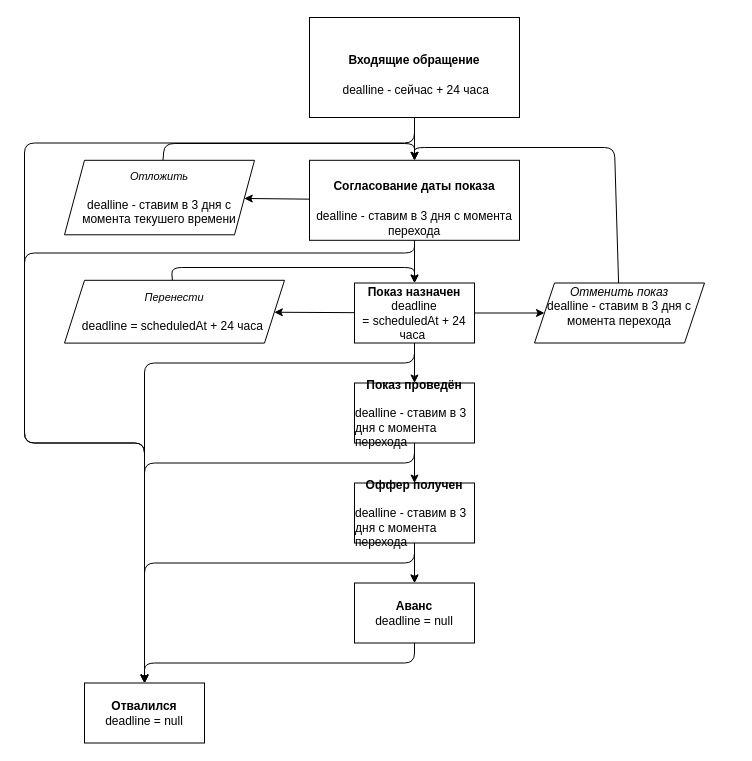
Before: buyers/Untitled Diagram.drawio in Legion112/homeapp-clients-diagrams, a draw.io diagram. Source tidied: cells renumbered, new cells numbered last; positions are measured from the earlier drawing's top-left corner, leaving out a move shared by most shapes. Both pictures are drawn from the tidied source at 100%, with x=0, y=0 at pixel (24, 17).
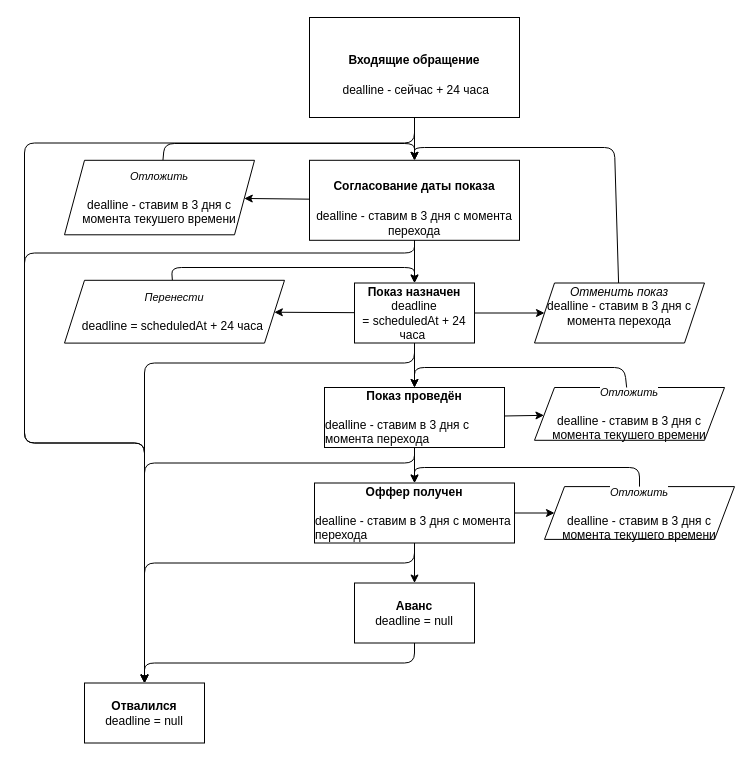
Above is the later version.

Commit message:
Добавил для остальных статусов

The change refers to these unchanged cells:
```xml
<mxCell id="12" value="&lt;b&gt;Аванс&lt;/b&gt;&lt;br style=&quot;text-align: left&quot;&gt;&lt;span style=&quot;text-align: left&quot;&gt;deadline&lt;/span&gt;&lt;span style=&quot;text-align: left&quot;&gt;&amp;nbsp;= null&lt;/span&gt;&lt;b&gt;&lt;br&gt;&lt;/b&gt;" style="rounded=0;whiteSpace=wrap;html=1;" parent="1" vertex="1">
  <mxGeometry x="330" y="565.5" width="120" height="60" as="geometry" />
</mxCell>
```

Change to the diagram source:
```diff
@@
-    <mxCell id="7" style="edgeStyle=orthogonalEdgeStyle;rounded=0;jettySize=auto;html=1;" parent="1" edge="1" source="8" target="12">
-      <mxGeometry relative="1" as="geometry" />
-    </mxCell>
     <mxCell id="8" value="&lt;b&gt;Показ проведён&lt;/b&gt;&lt;br&gt;&lt;div style=&quot;text-align: left&quot;&gt;&lt;span&gt;&amp;nbsp;&lt;/span&gt;&lt;/div&gt;&lt;div style=&quot;text-align: left&quot;&gt;&lt;span&gt;dealline - ставим в 3 дня с момента перехода&lt;/span&gt;&lt;/div&gt;" style="rounded=0;whiteSpace=wrap;html=1;" parent="1" vertex="1">
-      <mxGeometry x="330" y="365.5" width="120" height="60" as="geometry" />
+      <mxGeometry x="300" y="370" width="180" height="60" as="geometry" />
     </mxCell>
@@
     <mxCell id="10" value="&lt;b&gt;Оффер получен&lt;/b&gt;&lt;br&gt;&lt;div style=&quot;font-weight: bold ; text-align: left&quot;&gt;&lt;span style=&quot;font-weight: normal ; color: rgba(0 , 0 , 0 , 0) ; font-family: monospace ; font-size: 0px&quot;&gt;&lt;br&gt;&lt;/span&gt;&lt;/div&gt;&lt;div style=&quot;text-align: left&quot;&gt;&lt;span&gt;dealline - ставим в 3 дня с момента перехода&lt;/span&gt;&lt;/div&gt;&lt;div style=&quot;font-weight: bold ; text-align: left&quot;&gt;&lt;/div&gt;" style="rounded=0;whiteSpace=wrap;html=1;" parent="1" vertex="1">
-      <mxGeometry x="330" y="465.5" width="120" height="60" as="geometry" />
+      <mxGeometry x="290" y="465.5" width="200" height="60" as="geometry" />
     </mxCell>
-    <mxCell id="11" style="endArrow=classic;html=1;exitX=0.5;exitY=1;exitDx=0;exitDy=0;entryX=0.5;entryY=0;entryDx=0;entryDy=0;" parent="1" edge="1" target="10">
-      <mxGeometry relative="1" as="geometry">
-        <mxPoint x="390" y="425.5" as="sourcePoint" />
-      </mxGeometry>
+    <mxCell id="11" style="endArrow=classic;html=1;entryX=0.5;entryY=0;entryDx=0;entryDy=0;" parent="1" edge="1" source="8" target="10">
+      <mxGeometry relative="1" as="geometry" />
     </mxCell>
@@
-    <mxCell id="17" style="endArrow=classic;html=1;" parent="1" edge="1">
+    <mxCell id="17" style="endArrow=classic;html=1;" parent="1" edge="1" source="8">
       <mxGeometry relative="1" as="geometry">
-        <mxPoint x="390" y="425.5" as="sourcePoint" />
         <mxPoint x="120" y="665.5" as="targetPoint" />
         <Array as="points">
           <mxPoint x="390" y="445.5" />
           <mxPoint x="120" y="445.5" />
         </Array>
       </mxGeometry>
     </mxCell>
@@
+    <mxCell id="30" value="&lt;span style=&quot;font-size: 11px ; background-color: rgb(255 , 255 , 255)&quot;&gt;&lt;i&gt;Отложить&lt;/i&gt;&lt;br&gt;&lt;/span&gt;&lt;br style=&quot;text-align: left&quot;&gt;&lt;span style=&quot;text-align: left&quot;&gt;dealline&amp;nbsp;&lt;/span&gt;&lt;span style=&quot;text-align: left&quot;&gt;- ставим в 3 дня с момента текушего времени&lt;/span&gt;" style="shape=parallelogram;perimeter=parallelogramPerimeter;whiteSpace=wrap;html=1;fixedSize=1;" parent="1" vertex="1">
+      <mxGeometry x="520" y="469.1" width="190" height="52.8" as="geometry" />
+    </mxCell>
+    <mxCell id="31" style="endArrow=classic;html=1;" parent="1" edge="1" source="10" target="30">
+      <mxGeometry relative="1" as="geometry" />
+    </mxCell>
+    <mxCell id="32" style="endArrow=classic;html=1;" parent="1" edge="1" source="30" target="10">
+      <mxGeometry relative="1" as="geometry">
+        <Array as="points">
+          <mxPoint x="615" y="450" />
+          <mxPoint x="390" y="450" />
+        </Array>
+      </mxGeometry>
+    </mxCell>
+    <mxCell id="33" value="&lt;span style=&quot;font-size: 11px ; background-color: rgb(255 , 255 , 255)&quot;&gt;&lt;i&gt;Отложить&lt;/i&gt;&lt;br&gt;&lt;/span&gt;&lt;br style=&quot;text-align: left&quot;&gt;&lt;span style=&quot;text-align: left&quot;&gt;dealline&amp;nbsp;&lt;/span&gt;&lt;span style=&quot;text-align: left&quot;&gt;- ставим в 3 дня с момента текушего времени&lt;/span&gt;" style="shape=parallelogram;perimeter=parallelogramPerimeter;whiteSpace=wrap;html=1;fixedSize=1;" parent="1" vertex="1">
+      <mxGeometry x="510" y="370" width="190" height="52.8" as="geometry" />
+    </mxCell>
+    <mxCell id="34" style="endArrow=classic;html=1;" parent="1" edge="1" source="8" target="33">
+      <mxGeometry relative="1" as="geometry" />
+    </mxCell>
+    <mxCell id="35" style="endArrow=classic;html=1;" parent="1" edge="1" source="33" target="8">
+      <mxGeometry relative="1" as="geometry">
+        <Array as="points">
+          <mxPoint x="600" y="350" />
+          <mxPoint x="390" y="350" />
+        </Array>
+      </mxGeometry>
+    </mxCell>
```
